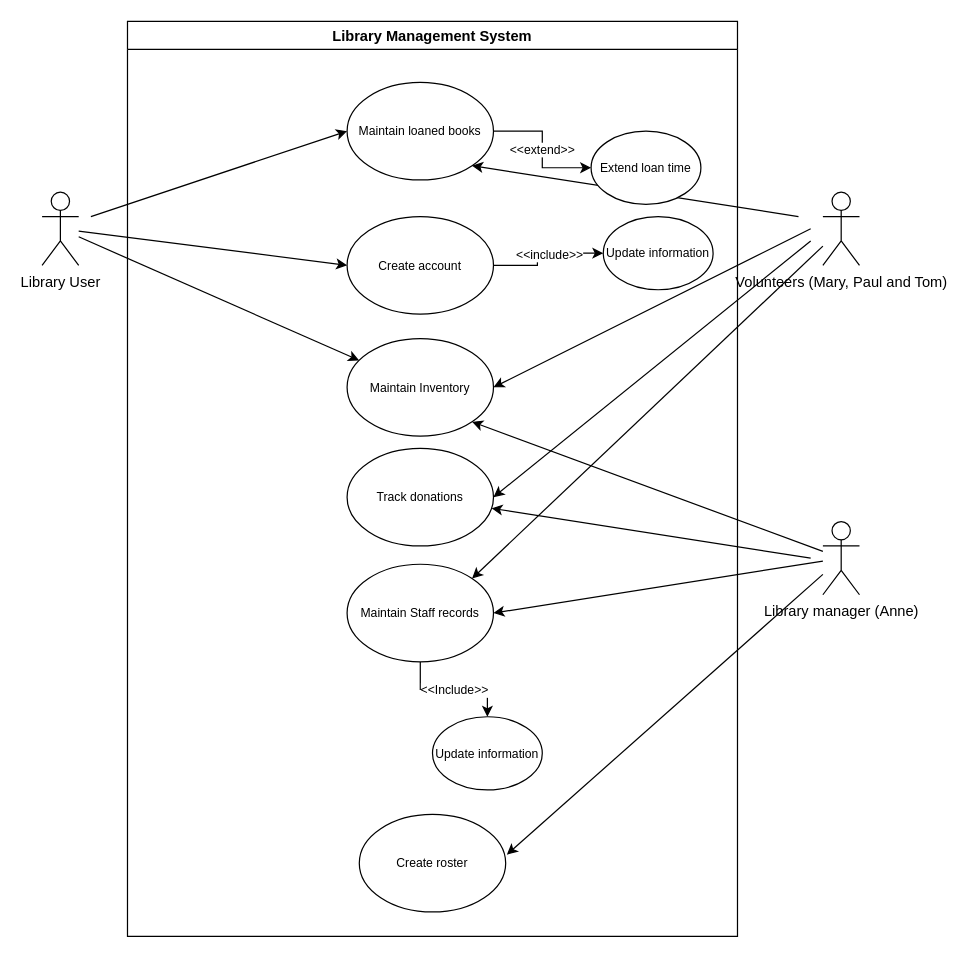
The draw.io diagram Untitled Diagram.drawio in OEvans994/OERepo, before the edit. Source tidied: cells renumbered, new cells numbered last; positions are measured from the earlier drawing's top-left corner, leaving out a move shared by most shapes. Both pictures are drawn from the tidied source at 122%, with x=0, y=0 at pixel (41, 21).
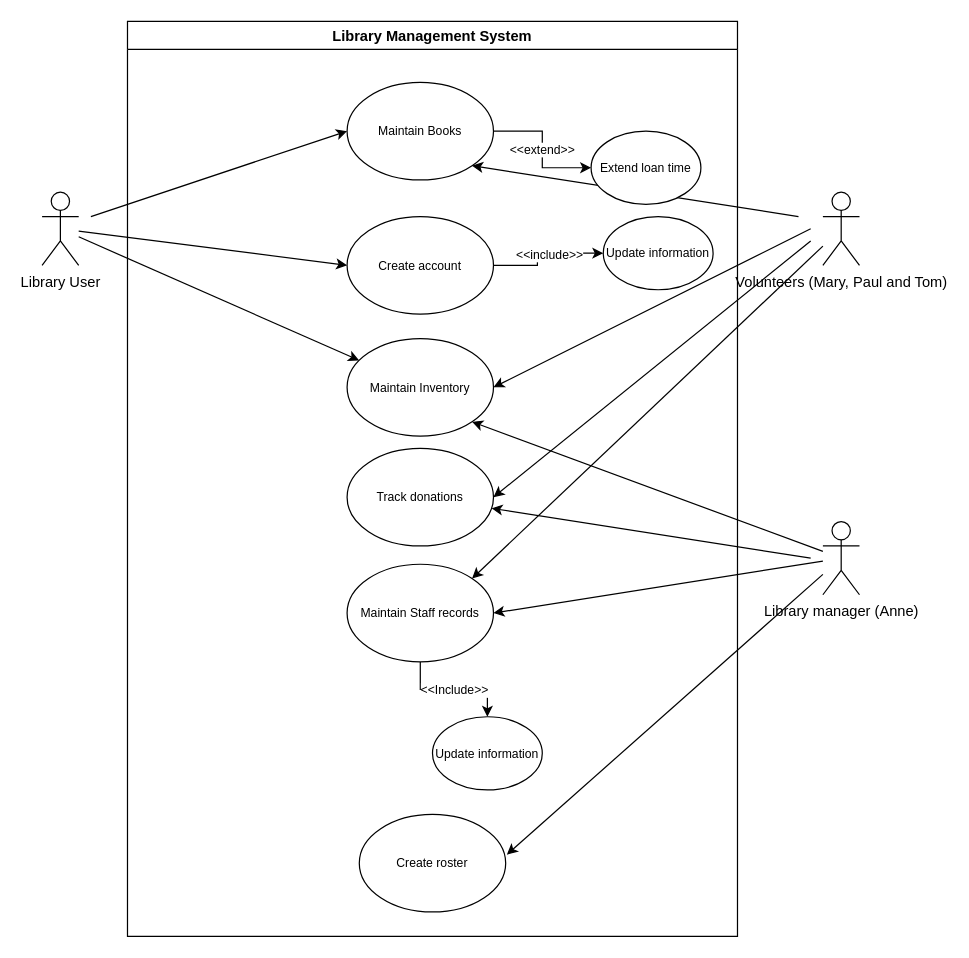
The same diagram, later.

Commit message:
Final LMS UseCaseDiagramdrawio

The change refers to these unchanged cells:
```xml
<mxCell id="2" value="Library Management System" style="swimlane;" parent="1" vertex="1">
  <mxGeometry x="70" width="500" height="750" as="geometry" />
</mxCell>
```

What changed in the source:
```diff
@@
-    <mxCell id="3" value="Maintain loaned books" style="ellipse;whiteSpace=wrap;html=1;fontSize=10;" parent="2" vertex="1">
+    <mxCell id="3" value="Maintain Books" style="ellipse;whiteSpace=wrap;html=1;fontSize=10;" parent="2" vertex="1">
       <mxGeometry x="180" y="50" width="120" height="80" as="geometry" />
     </mxCell>
```
